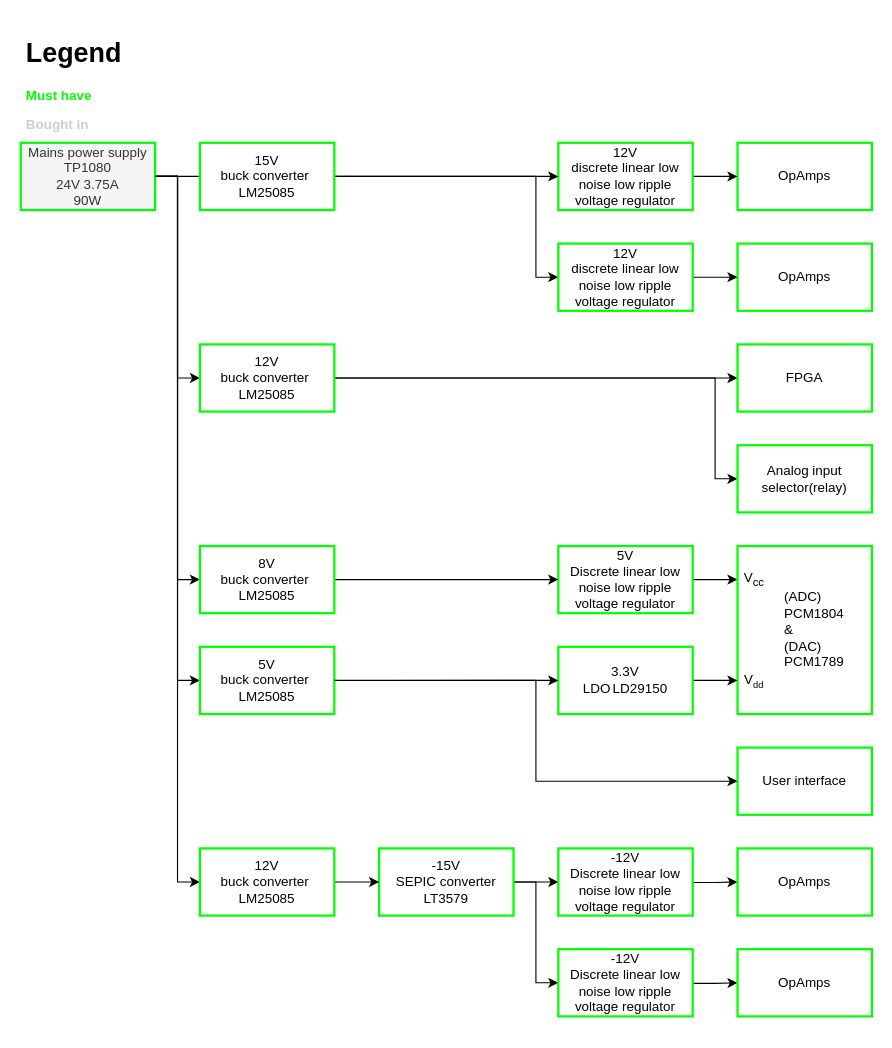
Before: Block diagrams/System design/Power supply.drawio in HeinVerhallen/Audio-DSP, a draw.io diagram. Source tidied: cells renumbered, new cells numbered last; positions are measured from the earlier drawing's top-left corner, leaving out a move shared by most shapes. Both pictures are drawn from the tidied source at 112%, with x=0, y=0 at pixel (20, 30).
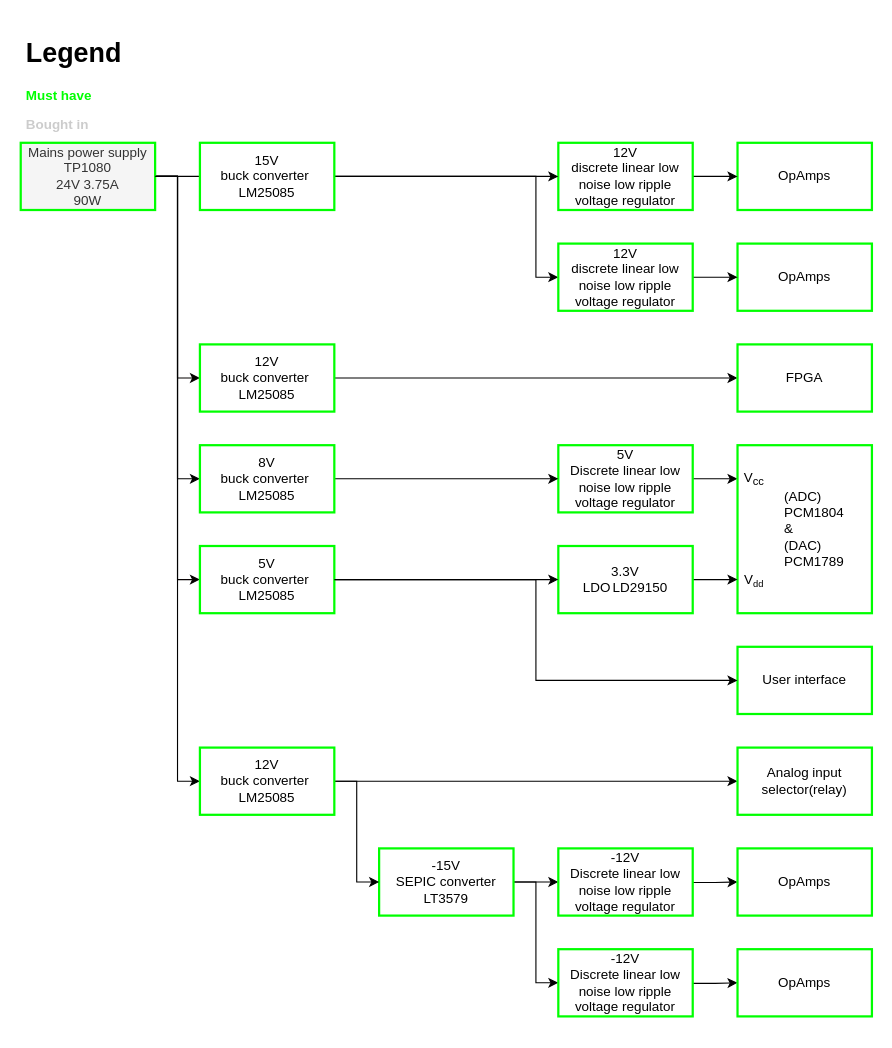
The same page after the edit.

Commit message (it also covers changes not shown here):
Updated block diagram

Unchanged cells that the change refers to:
```xml
<mxCell id="6" value="Mains power supply&lt;br&gt;TP1080&lt;br&gt;24V 3.75A&lt;br&gt;90W" style="rounded=0;whiteSpace=wrap;html=1;strokeColor=#00FF00;strokeWidth=2;fillColor=#f5f5f5;fontColor=#333333;" parent="1" vertex="1">
  <mxGeometry y="100" width="120" height="60" as="geometry" />
</mxCell>
<mxCell id="12" value="12V &lt;br&gt;buck converter&amp;nbsp; LM25085" style="rounded=0;whiteSpace=wrap;html=1;strokeColor=#00FF00;strokeWidth=2;" parent="1" vertex="1">
  <mxGeometry x="160" y="280" width="120" height="60" as="geometry" />
</mxCell>
<mxCell id="36" value="-15V &lt;br&gt;SEPIC converter&lt;br&gt;LT3579" style="rounded=0;whiteSpace=wrap;html=1;strokeColor=#00FF00;strokeWidth=2;" parent="1" vertex="1">
  <mxGeometry x="320" y="730" width="120" height="60" as="geometry" />
</mxCell>
```

Change to the diagram source:
```diff
@@
     <mxCell id="3" style="edgeStyle=orthogonalEdgeStyle;rounded=0;jettySize=auto;html=1;entryX=0;entryY=0.5;entryDx=0;entryDy=0;strokeColor=#050001;fontColor=default;" parent="1" edge="1" source="6" target="31">
       <mxGeometry relative="1" as="geometry">
         <Array as="points">
           <mxPoint x="140" y="130" />
-          <mxPoint x="140" y="580" />
+          <mxPoint x="140" y="490" />
         </Array>
       </mxGeometry>
     </mxCell>
     <mxCell id="4" style="edgeStyle=orthogonalEdgeStyle;rounded=0;jettySize=auto;html=1;entryX=0;entryY=0.5;entryDx=0;entryDy=0;" parent="1" edge="1" target="30">
       <mxGeometry relative="1" as="geometry">
         <mxPoint x="120" y="130" as="sourcePoint" />
         <Array as="points">
           <mxPoint x="140" y="130" />
-          <mxPoint x="140" y="490" />
+          <mxPoint x="140" y="400" />
         </Array>
       </mxGeometry>
     </mxCell>
     <mxCell id="5" style="edgeStyle=orthogonalEdgeStyle;rounded=0;jettySize=auto;html=1;exitX=1;exitY=0.5;exitDx=0;exitDy=0;entryX=0;entryY=0.5;entryDx=0;entryDy=0;" parent="1" edge="1" source="6" target="48">
       <mxGeometry relative="1" as="geometry">
         <Array as="points">
           <mxPoint x="140" y="130" />
-          <mxPoint x="140" y="760" />
+          <mxPoint x="140" y="670" />
         </Array>
       </mxGeometry>
     </mxCell>
@@
     <mxCell id="9" value="5V &lt;br&gt;Discrete linear low noise low ripple voltage regulator" style="rounded=0;whiteSpace=wrap;html=1;strokeColor=#00FF00;strokeWidth=2;" parent="1" vertex="1">
-      <mxGeometry x="480" y="460" width="120" height="60" as="geometry" />
+      <mxGeometry x="480" y="370" width="120" height="60" as="geometry" />
     </mxCell>
@@
-    <mxCell id="11" style="edgeStyle=orthogonalEdgeStyle;rounded=0;jettySize=auto;html=1;entryX=0;entryY=0.5;entryDx=0;entryDy=0;" parent="1" edge="1" source="12" target="15">
-      <mxGeometry relative="1" as="geometry">
-        <Array as="points">
-          <mxPoint x="620" y="310" />
-          <mxPoint x="620" y="400" />
-        </Array>
-      </mxGeometry>
-    </mxCell>
@@
     <mxCell id="14" value="User interface" style="rounded=0;whiteSpace=wrap;html=1;strokeColor=#00FF00;strokeWidth=2;" parent="1" vertex="1">
-      <mxGeometry x="640" y="640" width="120" height="60" as="geometry" />
+      <mxGeometry x="640" y="550" width="120" height="60" as="geometry" />
     </mxCell>
-    <mxCell id="15" value="Analog input selector(relay)" style="rounded=0;whiteSpace=wrap;html=1;strokeColor=#00FF00;strokeWidth=2;" parent="1" vertex="1">
-      <mxGeometry x="640" y="370" width="120" height="60" as="geometry" />
-    </mxCell>
@@
     <mxCell id="19" value="&lt;blockquote style=&quot;margin: 0 0 0 40px; border: none; padding: 0px;&quot;&gt;&lt;p style=&quot;line-height: 120%;&quot;&gt;(ADC) PCM1804 &lt;br&gt;&amp;amp; &lt;br&gt;(DAC) PCM1789&lt;/p&gt;&lt;/blockquote&gt;" style="rounded=0;whiteSpace=wrap;html=1;shadow=0;fillColor=none;align=left;strokeColor=#00FF00;strokeWidth=2;" parent="1" vertex="1">
-      <mxGeometry x="640" y="460" width="120" height="150" as="geometry" />
+      <mxGeometry x="640" y="370" width="120" height="150" as="geometry" />
     </mxCell>
     <mxCell id="20" value="V&lt;sub&gt;cc&lt;/sub&gt;" style="rounded=0;whiteSpace=wrap;html=1;shadow=0;dashed=1;fontColor=#000000;fillColor=none;strokeColor=none;strokeWidth=2;" parent="1" vertex="1">
-      <mxGeometry x="640" y="467.5" width="30" height="45" as="geometry" />
+      <mxGeometry x="640" y="377.5" width="30" height="45" as="geometry" />
     </mxCell>
@@
     <mxCell id="22" value="3.3V &lt;br&gt;LDO&lt;span style=&quot;white-space: pre;&quot;&gt;&#9;&lt;/span&gt;LD29150" style="rounded=0;whiteSpace=wrap;html=1;strokeWidth=2;strokeColor=#00FF00;" parent="1" vertex="1">
-      <mxGeometry x="480" y="550" width="120" height="60" as="geometry" />
+      <mxGeometry x="480" y="460" width="120" height="60" as="geometry" />
     </mxCell>
@@
     <mxCell id="24" style="edgeStyle=orthogonalEdgeStyle;rounded=0;jettySize=auto;html=1;entryX=0;entryY=0.5;entryDx=0;entryDy=0;strokeColor=#000000;fontColor=default;exitX=1.003;exitY=0.501;exitDx=0;exitDy=0;exitPerimeter=0;strokeWidth=1;" parent="1" edge="1" source="31" target="22">
       <mxGeometry relative="1" as="geometry">
         <Array as="points">
-          <mxPoint x="320" y="580" />
-          <mxPoint x="320" y="580" />
+          <mxPoint x="320" y="490" />
+          <mxPoint x="320" y="490" />
         </Array>
       </mxGeometry>
     </mxCell>
@@
     <mxCell id="27" value="V&lt;span style=&quot;font-size: 10px;&quot;&gt;&lt;sub&gt;dd&lt;/sub&gt;&lt;/span&gt;" style="rounded=0;whiteSpace=wrap;html=1;shadow=0;dashed=1;fontColor=#000000;fillColor=none;strokeColor=none;strokeWidth=2;" parent="1" vertex="1">
-      <mxGeometry x="640" y="557.5" width="30" height="45" as="geometry" />
+      <mxGeometry x="640" y="467.5" width="30" height="45" as="geometry" />
     </mxCell>
@@
     <mxCell id="30" value="8V &lt;br&gt;buck converter&amp;nbsp; LM25085" style="rounded=0;whiteSpace=wrap;html=1;strokeColor=#00FF00;strokeWidth=2;" parent="1" vertex="1">
-      <mxGeometry x="160" y="460" width="120" height="60" as="geometry" />
+      <mxGeometry x="160" y="370" width="120" height="60" as="geometry" />
     </mxCell>
     <mxCell id="31" value="5V &lt;br&gt;buck converter&amp;nbsp; LM25085" style="rounded=0;whiteSpace=wrap;html=1;strokeColor=#00FF00;strokeWidth=2;" parent="1" vertex="1">
-      <mxGeometry x="160" y="550" width="120" height="60" as="geometry" />
+      <mxGeometry x="160" y="460" width="120" height="60" as="geometry" />
     </mxCell>
@@
     <mxCell id="39" style="edgeStyle=orthogonalEdgeStyle;rounded=0;jettySize=auto;html=1;entryX=0;entryY=0.5;entryDx=0;entryDy=0;strokeColor=#000000;strokeWidth=1;" parent="1" edge="1" source="31" target="14">
       <mxGeometry relative="1" as="geometry">
         <Array as="points">
+          <mxPoint x="460" y="490" />
           <mxPoint x="460" y="580" />
-          <mxPoint x="460" y="670" />
         </Array>
       </mxGeometry>
     </mxCell>
@@
     <mxCell id="47" style="edgeStyle=orthogonalEdgeStyle;rounded=0;jettySize=auto;html=1;" parent="1" edge="1" source="48" target="36">
-      <mxGeometry relative="1" as="geometry" />
+      <mxGeometry relative="1" as="geometry">
+        <Array as="points">
+          <mxPoint x="300" y="670" />
+          <mxPoint x="300" y="760" />
+        </Array>
+      </mxGeometry>
     </mxCell>
+    <mxCell id="49" style="edgeStyle=orthogonalEdgeStyle;rounded=0;jettySize=auto;html=1;exitX=1;exitY=0.5;exitDx=0;exitDy=0;entryX=0;entryY=0.5;entryDx=0;entryDy=0;" parent="1" edge="1" source="48" target="15">
+      <mxGeometry relative="1" as="geometry" />
+    </mxCell>
     <mxCell id="48" value="12V &lt;br&gt;buck converter&amp;nbsp; LM25085" style="rounded=0;whiteSpace=wrap;html=1;strokeColor=#00FF00;strokeWidth=2;" parent="1" vertex="1">
-      <mxGeometry x="160" y="730" width="120" height="60" as="geometry" />
+      <mxGeometry x="160" y="640" width="120" height="60" as="geometry" />
     </mxCell>
+    <mxCell id="15" value="Analog input selector(relay)" style="rounded=0;whiteSpace=wrap;html=1;strokeColor=#00FF00;strokeWidth=2;" parent="1" vertex="1">
+      <mxGeometry x="640" y="640" width="120" height="60" as="geometry" />
+    </mxCell>
```
